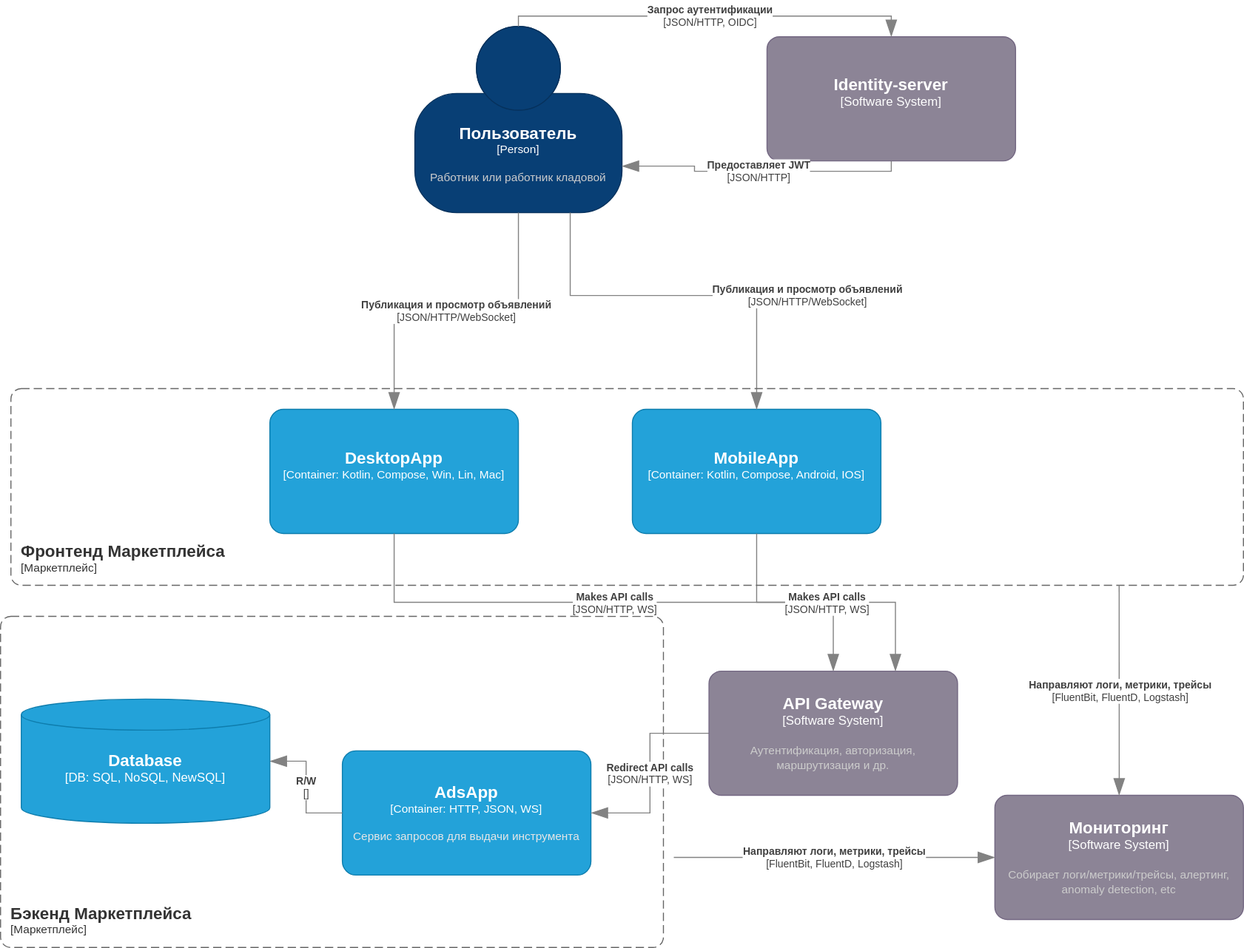
The draw.io diagram docs/04-architecture/arch-C4-containers.drawio.svg in Patseev1987/otus_tools_storage_helper, before a commit. Source tidied: cells renumbered, new cells last; positions are measured from the earlier drawing's top-left corner, leaving out a move shared by most shapes.
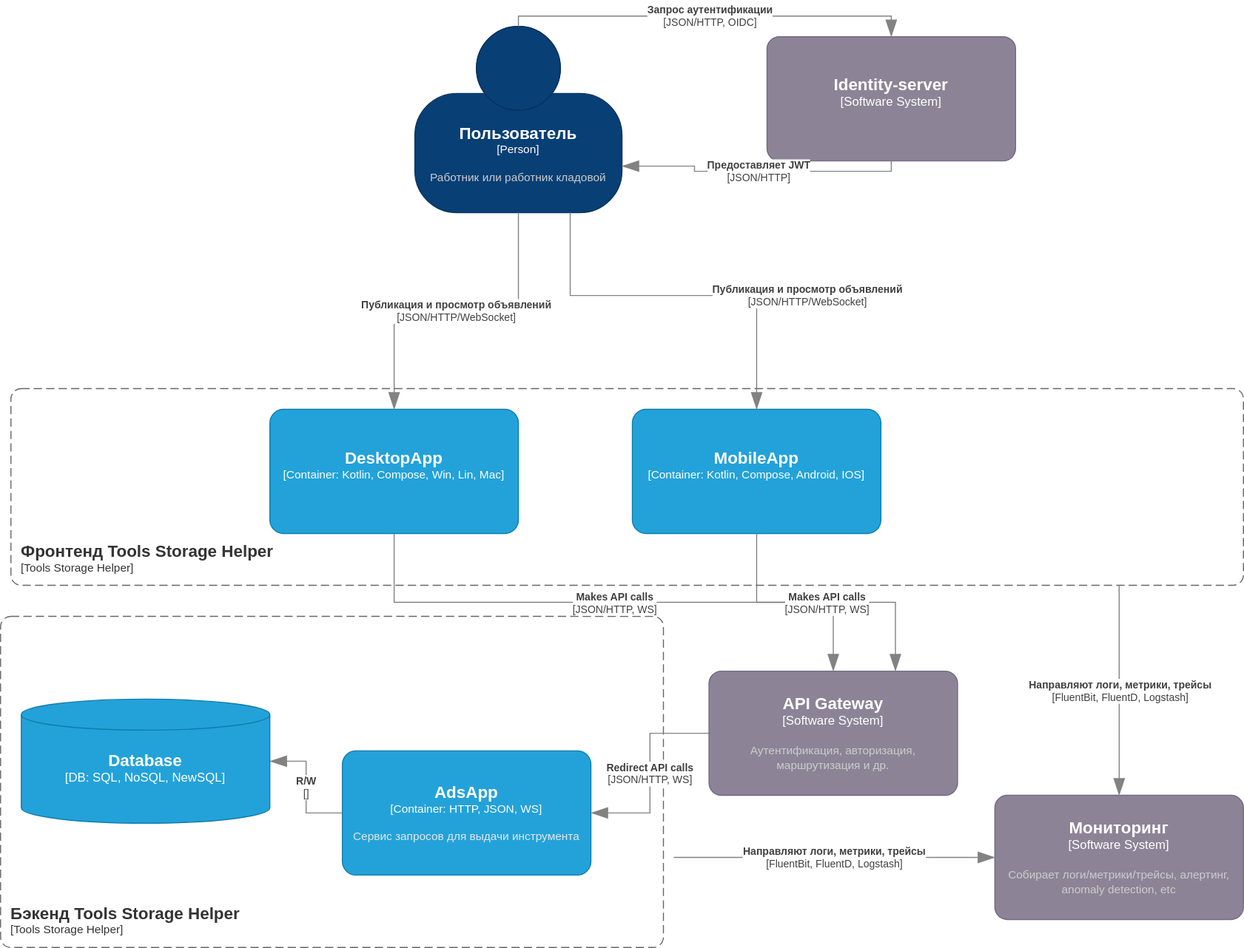
After the change.

Change to the diagram source:
```diff
@@ -2,7 +2,7 @@
   <root>
     <mxCell id="0" />
     <mxCell id="1" parent="0" />
-    <object id="2" label="&lt;font style=&quot;font-size: 16px&quot;&gt;&lt;b&gt;&lt;div style=&quot;text-align: left&quot;&gt;%c4Name%&lt;/div&gt;&lt;/b&gt;&lt;/font&gt;&lt;div style=&quot;text-align: left&quot;&gt;[%c4Application%]&lt;/div&gt;" c4Application="Маркетплейс" c4Name="Бэкенд Маркетплейса" c4Type="SystemScopeBoundary" placeholders="1">
+    <object id="2" label="&lt;font style=&quot;font-size: 16px&quot;&gt;&lt;b&gt;&lt;div style=&quot;text-align: left&quot;&gt;%c4Name%&lt;/div&gt;&lt;/b&gt;&lt;/font&gt;&lt;div style=&quot;text-align: left&quot;&gt;[%c4Application%]&lt;/div&gt;" c4Application="Tools Storage Helper" c4Name="Бэкенд Tools Storage Helper" c4Type="SystemScopeBoundary" placeholders="1">
       <mxCell style="rounded=1;fontSize=11;whiteSpace=wrap;html=1;dashed=1;arcSize=20;fillColor=none;strokeColor=#666666;fontColor=#333333;labelBackgroundColor=none;align=left;verticalAlign=bottom;labelBorderColor=none;spacingTop=0;spacing=10;dashPattern=8 4;perimeter=rectanglePerimeter;noLabel=0;labelPadding=0;absoluteArcSize=1;" parent="1" vertex="1">
         <mxGeometry y="580" width="640" height="320" as="geometry" />
       </mxCell>
@@ -107,7 +107,7 @@
         <mxGeometry x="684" y="633" width="240" height="120" as="geometry" />
       </mxCell>
     </object>
-    <object id="20" label="&lt;font style=&quot;font-size: 16px&quot;&gt;&lt;b&gt;&lt;div style=&quot;text-align: left&quot;&gt;%c4Name%&lt;/div&gt;&lt;/b&gt;&lt;/font&gt;&lt;div style=&quot;text-align: left&quot;&gt;[%c4Application%]&lt;/div&gt;" c4Application="Маркетплейс" c4Name="Фронтенд Маркетплейса" c4Type="SystemScopeBoundary" placeholders="1">
+    <object id="20" label="&lt;font style=&quot;font-size: 16px&quot;&gt;&lt;b&gt;&lt;div style=&quot;text-align: left&quot;&gt;%c4Name%&lt;/div&gt;&lt;/b&gt;&lt;/font&gt;&lt;div style=&quot;text-align: left&quot;&gt;[%c4Application%]&lt;/div&gt;" c4Application="Tools Storage Helper" c4Name="Фронтенд Tools Storage Helper" c4Type="SystemScopeBoundary" placeholders="1">
       <mxCell style="rounded=1;fontSize=11;whiteSpace=wrap;html=1;dashed=1;arcSize=20;fillColor=none;strokeColor=#666666;fontColor=#333333;labelBackgroundColor=none;align=left;verticalAlign=bottom;labelBorderColor=none;spacingTop=0;spacing=10;dashPattern=8 4;perimeter=rectanglePerimeter;noLabel=0;labelPadding=0;absoluteArcSize=1;" parent="1" vertex="1">
         <mxGeometry x="10" y="360" width="1190" height="190" as="geometry" />
       </mxCell>
```
